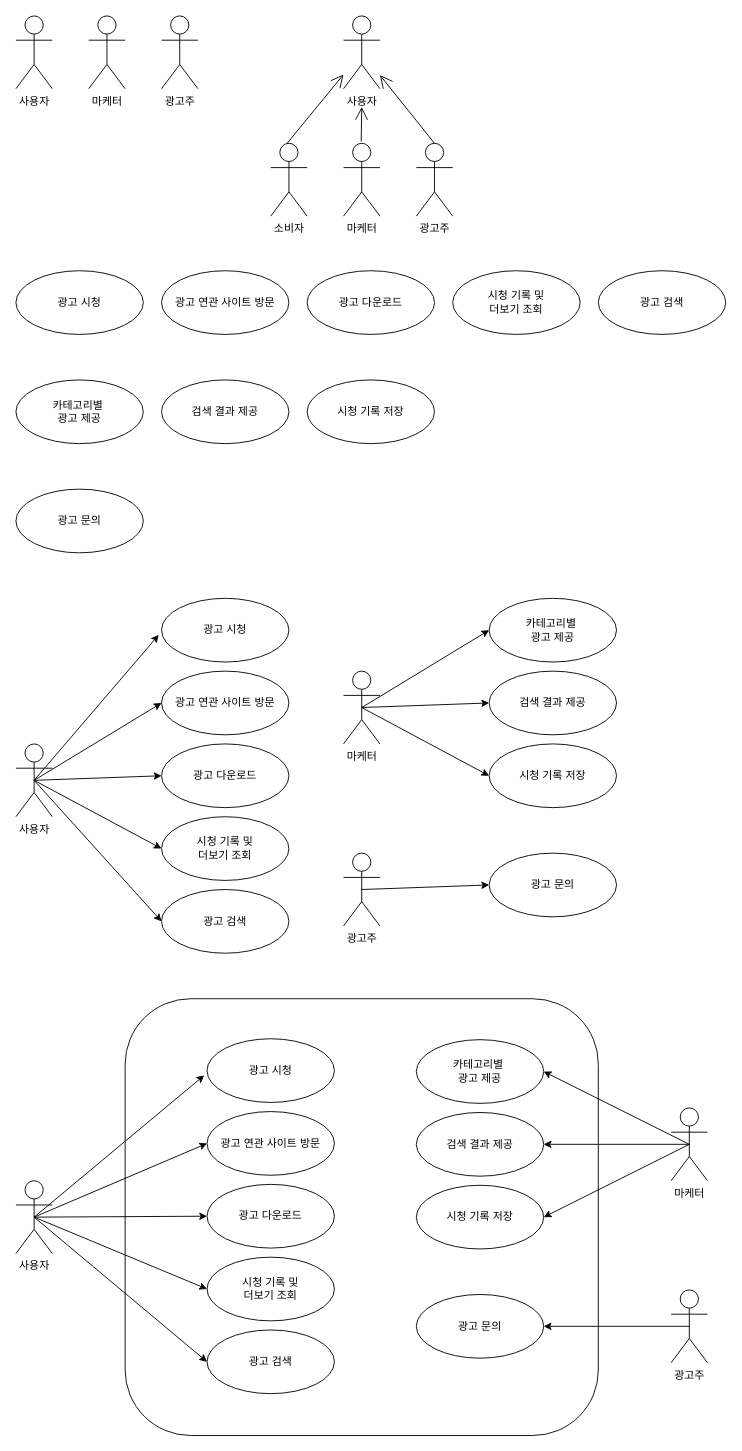
This is Untitled Diagram.drawio from LEESEONGBOK1214/LSB-Files, a draw.io file, before an edit. Source tidied: cells renumbered, new cells numbered last; positions are measured from the earlier drawing's top-left corner, leaving out a move shared by most shapes. Both pictures are drawn from the tidied source at 91%, with x=0, y=0 at pixel (15, 15).
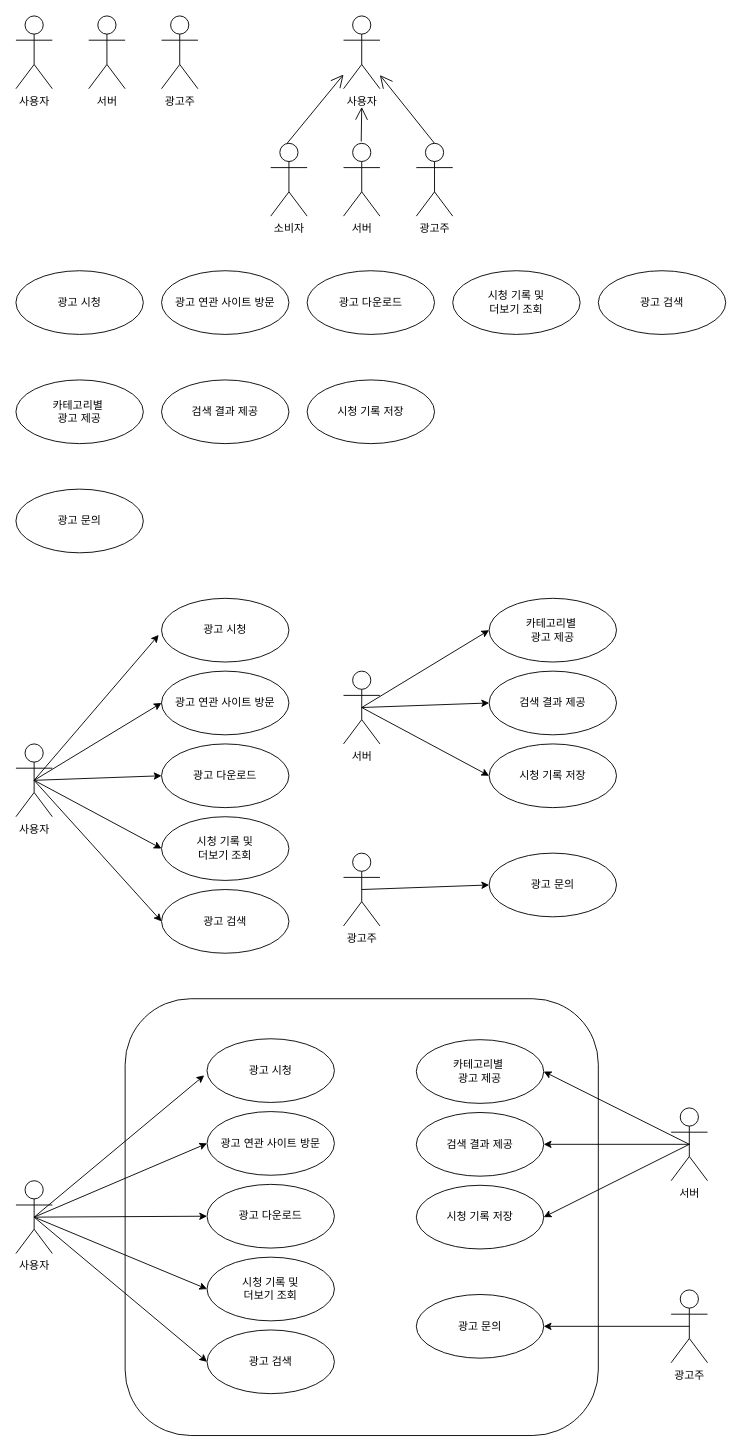
After the change.

Commit message:
마케터 -> 서버로 변경.drawio

Diff of the diagram source:
```diff
@@
-    <mxCell id="5" value="마케터" style="shape=umlActor;verticalLabelPosition=bottom;verticalAlign=top;html=1;" parent="1" vertex="1">
+    <mxCell id="5" value="서버" style="shape=umlActor;verticalLabelPosition=bottom;verticalAlign=top;html=1;" parent="1" vertex="1">
       <mxGeometry x="80" width="40" height="80" as="geometry" />
     </mxCell>
@@
-    <mxCell id="8" value="마케터" style="shape=umlActor;verticalLabelPosition=bottom;verticalAlign=top;html=1;" parent="1" vertex="1">
+    <mxCell id="8" value="서버&lt;br&gt;" style="shape=umlActor;verticalLabelPosition=bottom;verticalAlign=top;html=1;" parent="1" vertex="1">
       <mxGeometry x="360" y="140" width="40" height="80" as="geometry" />
     </mxCell>
@@
-    <mxCell id="23" value="마케터" style="shape=umlActor;verticalLabelPosition=bottom;verticalAlign=top;html=1;" parent="1" vertex="1">
+    <mxCell id="23" value="서버&lt;br&gt;" style="shape=umlActor;verticalLabelPosition=bottom;verticalAlign=top;html=1;" parent="1" vertex="1">
       <mxGeometry x="360" y="720" width="40" height="80" as="geometry" />
     </mxCell>
@@
-    <mxCell id="44" value="마케터" style="shape=umlActor;verticalLabelPosition=bottom;verticalAlign=top;html=1;" parent="1" vertex="1">
+    <mxCell id="44" value="서버" style="shape=umlActor;verticalLabelPosition=bottom;verticalAlign=top;html=1;" parent="1" vertex="1">
       <mxGeometry x="720" y="1200" width="40" height="80" as="geometry" />
     </mxCell>
```
